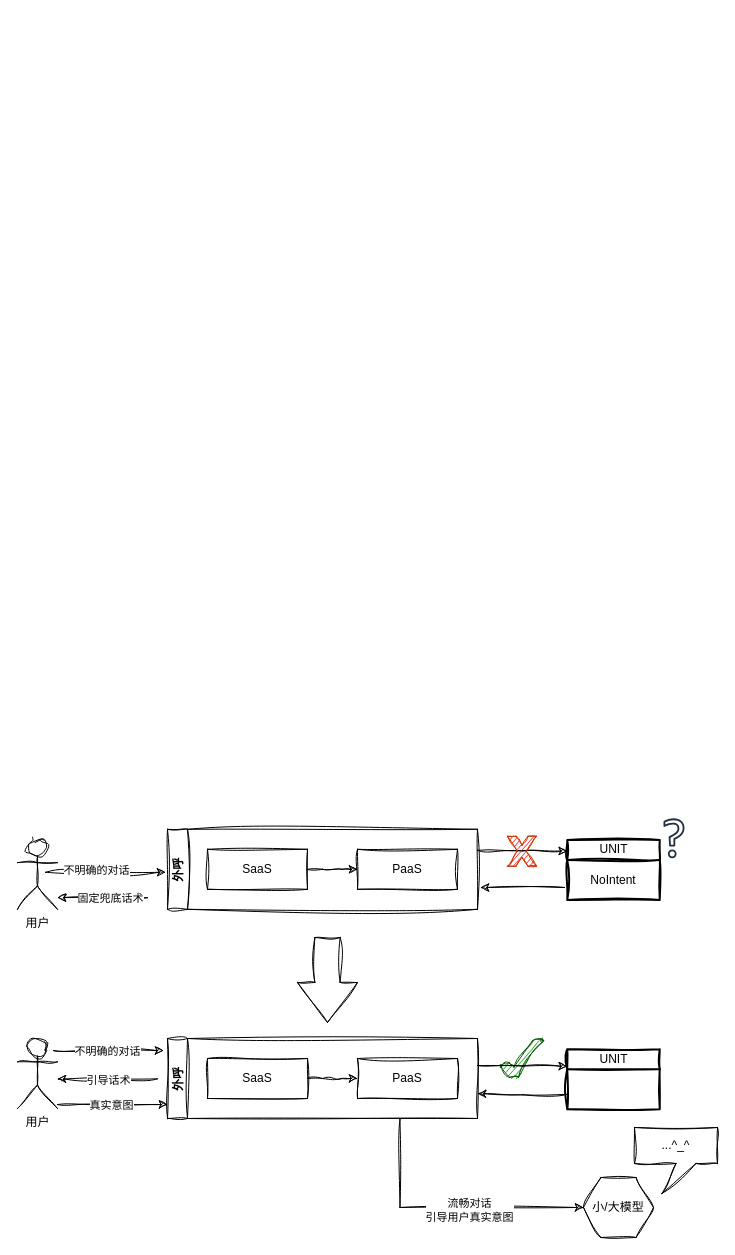
The draw.io diagram draw/外呼.drawio in breavo/draw.io, before the edit. Source tidied: cells renumbered, new cells numbered last; positions are measured from the earlier drawing's top-left corner, leaving out a move shared by most shapes. Both pictures are drawn from the tidied source at 100%, with x=0, y=0 at pixel (17, 818).
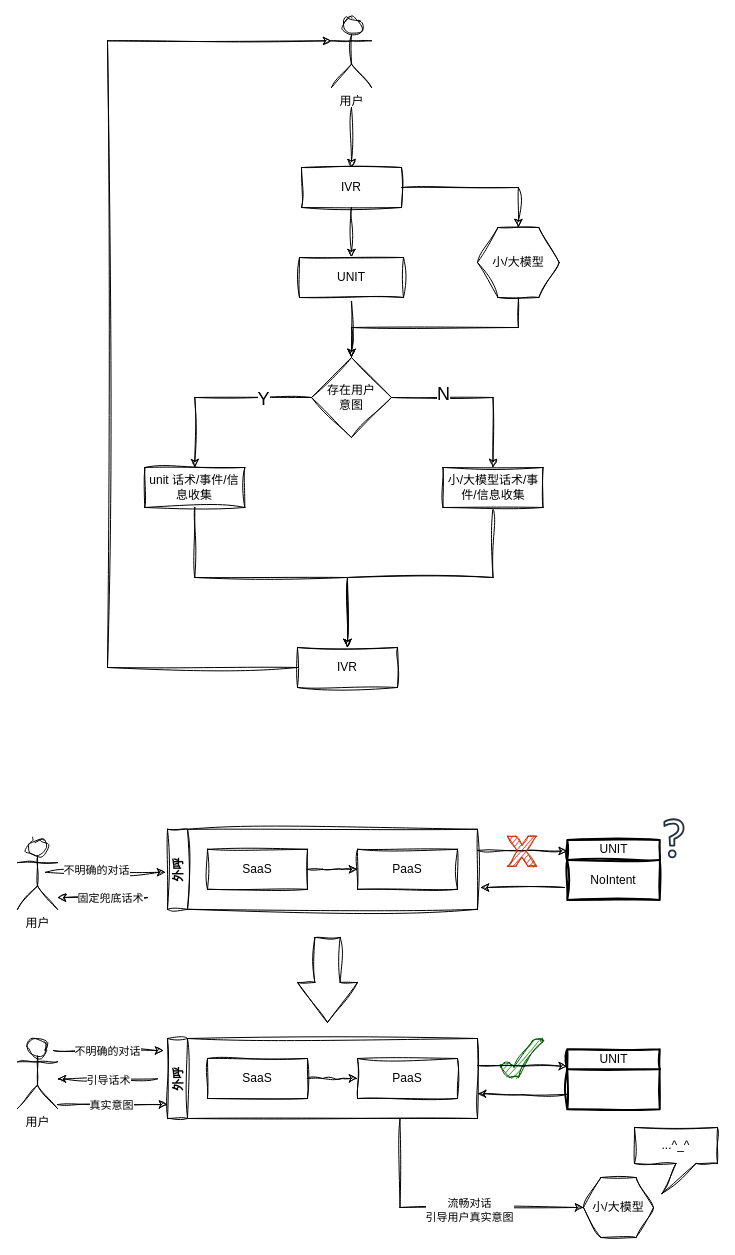
Above is the later version.

Change to the diagram source:
```diff
@@
+    <mxCell id="37" style="edgeStyle=orthogonalEdgeStyle;rounded=0;sketch=1;hachureGap=4;jiggle=2;curveFitting=1;jettySize=auto;html=1;" parent="1" edge="1" source="39" target="41">
+      <mxGeometry relative="1" as="geometry" />
+    </mxCell>
+    <mxCell id="38" style="edgeStyle=orthogonalEdgeStyle;rounded=0;sketch=1;hachureGap=4;jiggle=2;curveFitting=1;jettySize=auto;html=1;exitX=1;exitY=0.5;exitDx=0;exitDy=0;entryX=0.5;entryY=0;entryDx=0;entryDy=0;" parent="1" edge="1" source="39" target="54">
+      <mxGeometry relative="1" as="geometry" />
+    </mxCell>
+    <mxCell id="39" value="IVR" style="whiteSpace=wrap;html=1;sketch=1;hachureGap=4;jiggle=2;curveFitting=1;" parent="1" vertex="1">
+      <mxGeometry x="284" y="-651" width="100" height="40" as="geometry" />
+    </mxCell>
+    <mxCell id="40" style="edgeStyle=orthogonalEdgeStyle;rounded=0;sketch=1;hachureGap=4;jiggle=2;curveFitting=1;jettySize=auto;html=1;" parent="1" edge="1" source="41" target="46">
+      <mxGeometry relative="1" as="geometry" />
+    </mxCell>
+    <mxCell id="41" value="UNIT" style="whiteSpace=wrap;html=1;sketch=1;hachureGap=4;jiggle=2;curveFitting=1;" parent="1" vertex="1">
+      <mxGeometry x="282" y="-561" width="104" height="40" as="geometry" />
+    </mxCell>
+    <mxCell id="42" style="edgeStyle=orthogonalEdgeStyle;rounded=0;sketch=1;hachureGap=4;jiggle=2;curveFitting=1;jettySize=auto;html=1;exitX=1;exitY=0.5;exitDx=0;exitDy=0;entryX=0.5;entryY=0;entryDx=0;entryDy=0;" parent="1" edge="1" source="46" target="56">
+      <mxGeometry relative="1" as="geometry" />
+    </mxCell>
+    <mxCell id="43" value="&lt;font style=&quot;font-size: 18px;&quot;&gt;N&lt;/font&gt;" style="edgeLabel;html=1;align=center;verticalAlign=middle;sketch=1;hachureGap=4;jiggle=2;curveFitting=1;" parent="42" vertex="1">
+      <mxGeometry x="-0.4" y="5" relative="1" as="geometry">
+        <mxPoint y="1" as="offset" />
+      </mxGeometry>
+    </mxCell>
+    <mxCell id="44" style="edgeStyle=orthogonalEdgeStyle;rounded=0;sketch=1;hachureGap=4;jiggle=2;curveFitting=1;jettySize=auto;html=1;exitX=0;exitY=0.5;exitDx=0;exitDy=0;" parent="1" edge="1" source="46" target="48">
+      <mxGeometry relative="1" as="geometry" />
+    </mxCell>
+    <mxCell id="45" value="&lt;font style=&quot;font-size: 18px;&quot;&gt;Y&lt;/font&gt;" style="edgeLabel;html=1;align=center;verticalAlign=middle;sketch=1;hachureGap=4;jiggle=2;curveFitting=1;" parent="44" vertex="1">
+      <mxGeometry x="-0.47" y="1" relative="1" as="geometry" />
+    </mxCell>
+    <mxCell id="46" value="存在用户&lt;br&gt;意图" style="rhombus;whiteSpace=wrap;html=1;sketch=1;hachureGap=4;jiggle=2;curveFitting=1;" parent="1" vertex="1">
+      <mxGeometry x="294" y="-461" width="80" height="80" as="geometry" />
+    </mxCell>
+    <mxCell id="47" style="edgeStyle=orthogonalEdgeStyle;rounded=0;sketch=1;hachureGap=4;jiggle=2;curveFitting=1;jettySize=auto;html=1;exitX=0.5;exitY=1;exitDx=0;exitDy=0;" parent="1" edge="1" source="48" target="49">
+      <mxGeometry relative="1" as="geometry" />
+    </mxCell>
+    <mxCell id="48" value="unit 话术/事件/信息收集" style="whiteSpace=wrap;html=1;sketch=1;hachureGap=4;jiggle=2;curveFitting=1;" parent="1" vertex="1">
+      <mxGeometry x="127.3" y="-351" width="100" height="40" as="geometry" />
+    </mxCell>
+    <mxCell id="49" value="IVR" style="whiteSpace=wrap;html=1;sketch=1;hachureGap=4;jiggle=2;curveFitting=1;" parent="1" vertex="1">
+      <mxGeometry x="280" y="-171" width="100" height="40" as="geometry" />
+    </mxCell>
+    <mxCell id="50" value="用户" style="shape=umlActor;verticalLabelPosition=bottom;verticalAlign=top;html=1;outlineConnect=0;sketch=1;hachureGap=4;jiggle=2;curveFitting=1;" parent="1" vertex="1">
+      <mxGeometry x="314" y="-801" width="40" height="70" as="geometry" />
+    </mxCell>
+    <mxCell id="51" style="endArrow=classic;html=1;rounded=0;sketch=1;hachureGap=4;jiggle=2;curveFitting=1;entryX=0.5;entryY=0;entryDx=0;entryDy=0;" parent="1" edge="1" target="39">
+      <mxGeometry relative="1" as="geometry">
+        <mxPoint x="334" y="-711" as="sourcePoint" />
+      </mxGeometry>
+    </mxCell>
+    <mxCell id="52" style="edgeStyle=orthogonalEdgeStyle;rounded=0;sketch=1;hachureGap=4;jiggle=2;curveFitting=1;jettySize=auto;html=1;exitX=0;exitY=0.5;exitDx=0;exitDy=0;entryX=0;entryY=0.3333333333333333;entryDx=0;entryDy=0;entryPerimeter=0;" parent="1" edge="1" source="49" target="50">
+      <mxGeometry relative="1" as="geometry">
+        <Array as="points">
+          <mxPoint x="90" y="-151" />
+          <mxPoint x="90" y="-778" />
+        </Array>
+      </mxGeometry>
+    </mxCell>
+    <mxCell id="53" style="edgeStyle=orthogonalEdgeStyle;rounded=0;sketch=1;hachureGap=4;jiggle=2;curveFitting=1;jettySize=auto;html=1;exitX=0.5;exitY=1;exitDx=0;exitDy=0;entryX=0.5;entryY=0;entryDx=0;entryDy=0;" parent="1" edge="1" source="54" target="46">
+      <mxGeometry relative="1" as="geometry">
+        <Array as="points">
+          <mxPoint x="501" y="-491" />
+          <mxPoint x="334" y="-491" />
+        </Array>
+      </mxGeometry>
+    </mxCell>
+    <mxCell id="54" value="小/大模型" style="shape=mxgraph.bpmn.conversation;perimeter=hexagonPerimeter2;whiteSpace=wrap;html=1;bpmnConversationType=conv;sketch=1;hachureGap=4;jiggle=2;curveFitting=1;" parent="1" vertex="1">
+      <mxGeometry x="460" y="-591" width="81.7" height="70" as="geometry" />
+    </mxCell>
+    <mxCell id="55" style="edgeStyle=orthogonalEdgeStyle;rounded=0;sketch=1;hachureGap=4;jiggle=2;curveFitting=1;jettySize=auto;html=1;exitX=0.5;exitY=1;exitDx=0;exitDy=0;" parent="1" edge="1" source="56" target="49">
+      <mxGeometry relative="1" as="geometry" />
+    </mxCell>
+    <mxCell id="56" value="小/大模型话术/事件/信息收集" style="whiteSpace=wrap;html=1;sketch=1;hachureGap=4;jiggle=2;curveFitting=1;" parent="1" vertex="1">
+      <mxGeometry x="425.5" y="-351" width="100" height="40" as="geometry" />
+    </mxCell>
```
